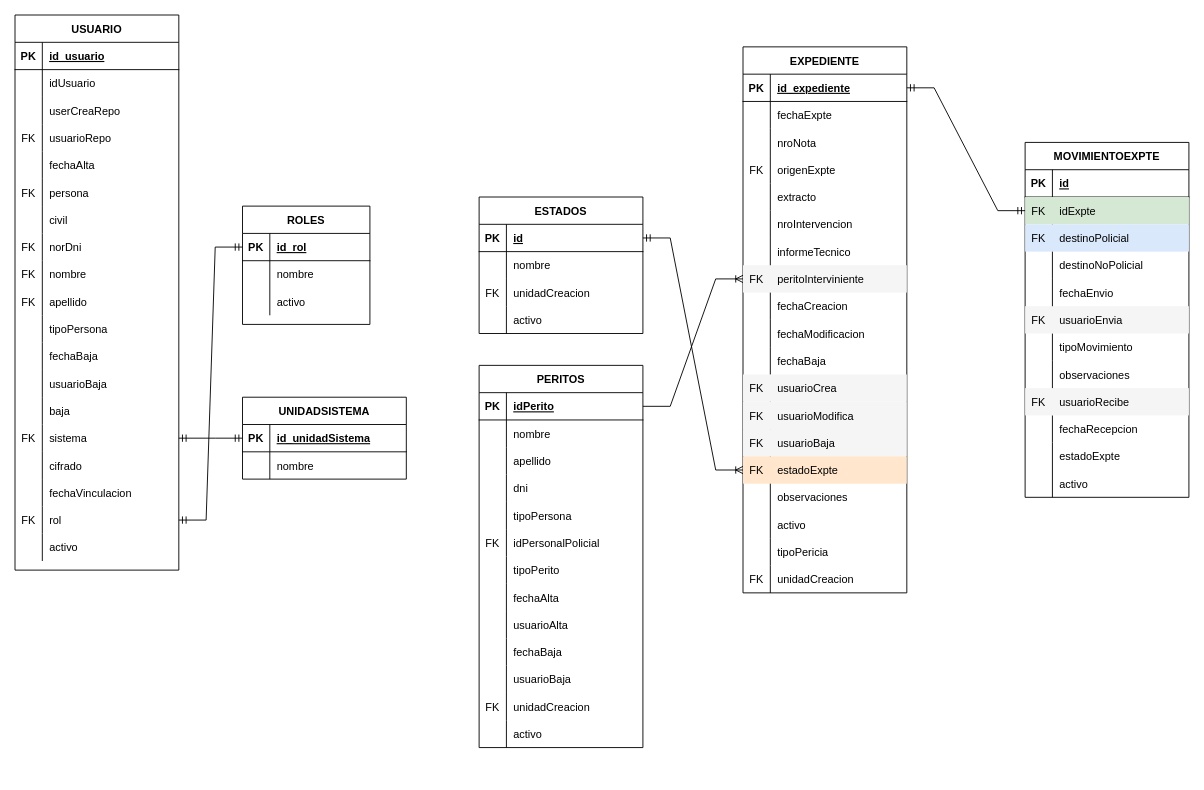
The draw.io diagram WebApiCriminalistica/ScriptSql/criminalistica.drawio in ariellezcano/WebApiCriminalistica, before the edit. Source tidied: cells renumbered, new cells numbered last; positions are measured from the earlier drawing's top-left corner, leaving out a move shared by most shapes. Both pictures are drawn from the tidied source at 91%, with x=0, y=0 at pixel (15, 15).
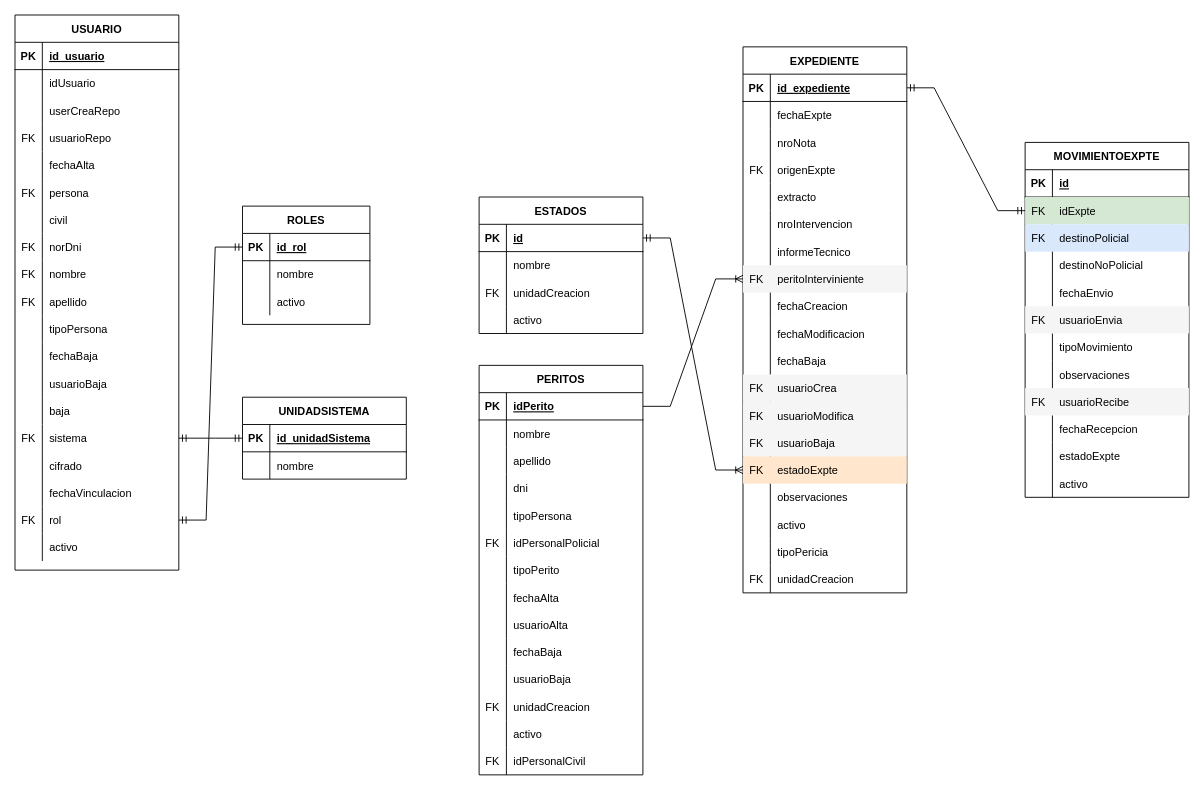
Above is the later version.

What changed in the source:
```diff
@@
     <mxCell id="189" value="PERITOS" style="shape=table;startSize=30;childLayout=tableLayout;rowLines=0;fontStyle=1;align=center;" parent="1" vertex="1">
-      <mxGeometry x="510" y="385" width="180" height="420" as="geometry" />
+      <mxGeometry x="510" y="385" width="180" height="450" as="geometry" />
     </mxCell>
@@
+    <mxCell id="230" style="shape=tableRow;horizontal=0;startSize=0;swimlaneHead=0;swimlaneBody=0;fillColor=none;top=0;left=0;right=0;bottom=0;" parent="189" vertex="1">
+      <mxGeometry y="420" width="180" height="30" as="geometry" />
+    </mxCell>
+    <mxCell id="231" value="FK" style="shape=partialRectangle;fillColor=none;top=0;left=0;bottom=0;right=0;overflow=hidden;" parent="230" vertex="1">
+      <mxGeometry width="30" height="30" as="geometry" />
+    </mxCell>
+    <mxCell id="232" value="idPersonalCivil" style="shape=partialRectangle;fillColor=none;top=0;left=0;bottom=0;right=0;align=left;spacingLeft=6;overflow=hidden;" parent="230" vertex="1">
+      <mxGeometry x="30" width="150" height="30" as="geometry" />
+    </mxCell>
```
